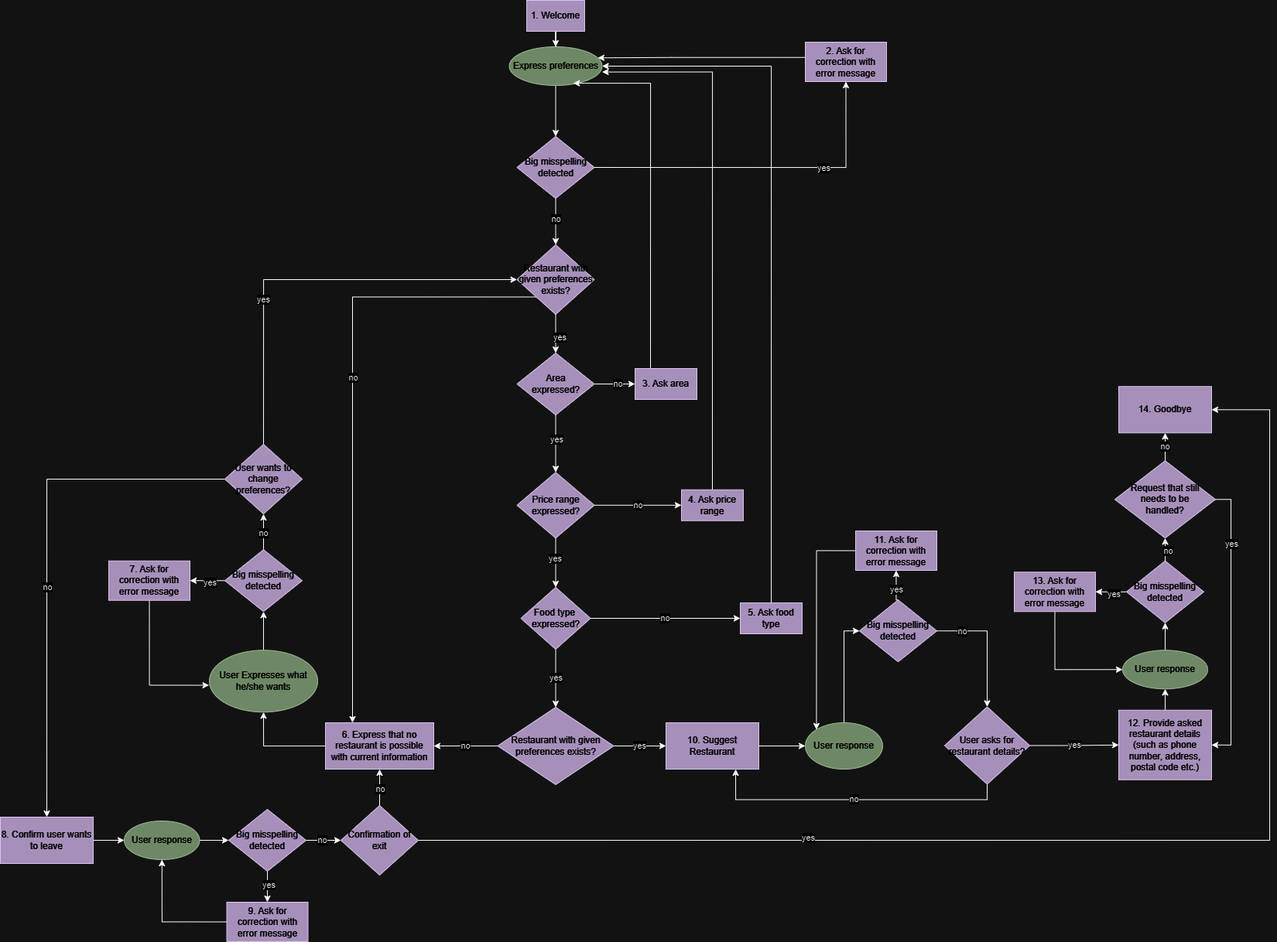
Earlier version of the draw.io export TeamProject/Part1-SystemImplementation/Part1b-DialogManagement/Part1b_MAIR_Final.drawio.png (nstavr04/MAIR-30). Source tidied: cells renumbered, new cells last; positions are measured from the earlier drawing's top-left corner, leaving out a move shared by most shapes.
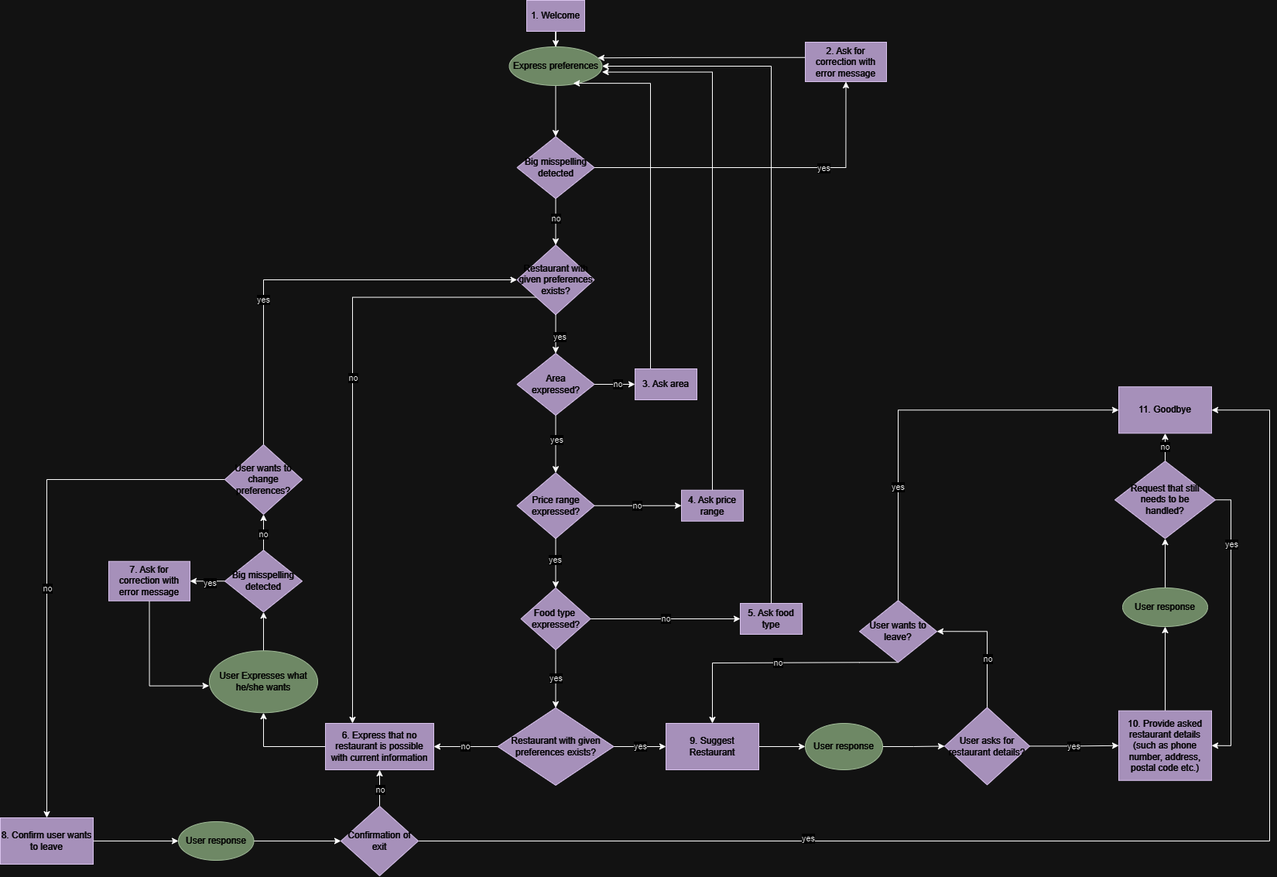
Later version of the same file.

Commit message:
updated state diagram model

What changed in the source:
```diff
@@ -11,7 +11,7 @@
     <mxCell id="4" style="edgeStyle=orthogonalEdgeStyle;rounded=0;jettySize=auto;html=1;" parent="1" edge="1" source="5" target="25">
       <mxGeometry relative="1" as="geometry" />
     </mxCell>
-    <mxCell id="5" value="10. Suggest&lt;br&gt;Restaurant" style="rounded=0;whiteSpace=wrap;html=1;fillColor=#76608a;fontColor=#ffffff;strokeColor=#432D57;" parent="1" vertex="1">
+    <mxCell id="5" value="9. Suggest&lt;br&gt;Restaurant" style="rounded=0;whiteSpace=wrap;html=1;fillColor=#76608a;fontColor=#ffffff;strokeColor=#432D57;" parent="1" vertex="1">
       <mxGeometry x="860" y="934" width="120" height="60" as="geometry" />
     </mxCell>
     <mxCell id="6" style="edgeStyle=orthogonalEdgeStyle;rounded=0;jettySize=auto;html=1;exitX=0.5;exitY=1;exitDx=0;exitDy=0;entryX=0.5;entryY=0;entryDx=0;entryDy=0;" parent="1" edge="1" source="7" target="71">
@@ -74,9 +74,9 @@
     <mxCell id="23" value="5. Ask food type" style="rounded=0;whiteSpace=wrap;html=1;fillColor=#76608a;fontColor=#ffffff;strokeColor=#432D57;" parent="1" vertex="1">
       <mxGeometry x="956" y="779" width="80" height="40" as="geometry" />
     </mxCell>
-    <mxCell id="24" style="edgeStyle=orthogonalEdgeStyle;rounded=0;jettySize=auto;html=1;exitX=0.5;exitY=0;exitDx=0;exitDy=0;entryX=0;entryY=0.5;entryDx=0;entryDy=0;" parent="1" edge="1" source="25" target="92">
-      <mxGeometry relative="1" as="geometry" />
-    </mxCell>
+    <mxCell id="102" style="edgeStyle=orthogonalEdgeStyle;rounded=0;jettySize=auto;html=1;exitX=1;exitY=0.5;exitDx=0;exitDy=0;entryX=0;entryY=0.5;entryDx=0;entryDy=0;" parent="1" edge="1" source="25" target="31">
+      <mxGeometry relative="1" as="geometry" />
+    </mxCell>
     <mxCell id="25" value="User response" style="ellipse;whiteSpace=wrap;html=1;fillColor=#6d8764;fontColor=#ffffff;strokeColor=#3A5431;" parent="1" vertex="1">
       <mxGeometry x="1040" y="934" width="100" height="60" as="geometry" />
     </mxCell>
@@ -92,9 +92,12 @@
     <mxCell id="29" value="yes" style="edgeStyle=orthogonalEdgeStyle;rounded=0;jettySize=auto;html=1;entryX=0;entryY=0.5;entryDx=0;entryDy=0;" parent="1" edge="1" source="31" target="38">
       <mxGeometry relative="1" as="geometry" />
     </mxCell>
-    <mxCell id="30" value="no" style="edgeStyle=orthogonalEdgeStyle;rounded=0;jettySize=auto;html=1;exitX=0.5;exitY=1;exitDx=0;exitDy=0;entryX=0.75;entryY=1;entryDx=0;entryDy=0;" parent="1" edge="1" source="31" target="5">
-      <mxGeometry relative="1" as="geometry" />
-    </mxCell>
+    <mxCell id="103" style="edgeStyle=orthogonalEdgeStyle;rounded=0;jettySize=auto;html=1;exitX=0.5;exitY=0;exitDx=0;exitDy=0;entryX=1;entryY=0.5;entryDx=0;entryDy=0;" parent="1" edge="1" source="31" target="92">
+      <mxGeometry relative="1" as="geometry" />
+    </mxCell>
+    <mxCell id="104" value="no" style="edgeLabel;html=1;align=center;verticalAlign=middle;" parent="103" vertex="1">
+      <mxGeometry x="-0.23" relative="1" as="geometry" />
+    </mxCell>
     <mxCell id="31" value="User asks for restaurant details?" style="rhombus;whiteSpace=wrap;html=1;fillColor=#76608a;fontColor=#ffffff;strokeColor=#432D57;" parent="1" vertex="1">
       <mxGeometry x="1220" y="913.5" width="110" height="100" as="geometry" />
     </mxCell>
@@ -110,20 +113,20 @@
     <mxCell id="35" value="User Expresses what he/she wants" style="ellipse;whiteSpace=wrap;html=1;fillColor=#6d8764;fontColor=#ffffff;strokeColor=#3A5431;" parent="1" vertex="1">
       <mxGeometry x="270" y="840.2" width="140" height="80" as="geometry" />
     </mxCell>
-    <mxCell id="36" value="14. Goodbye" style="rounded=0;whiteSpace=wrap;html=1;fillColor=#76608a;fontColor=#ffffff;strokeColor=#432D57;" parent="1" vertex="1">
+    <mxCell id="36" value="11. Goodbye" style="rounded=0;whiteSpace=wrap;html=1;fillColor=#76608a;fontColor=#ffffff;strokeColor=#432D57;" parent="1" vertex="1">
       <mxGeometry x="1445" y="499.2" width="120" height="60" as="geometry" />
     </mxCell>
     <mxCell id="37" style="edgeStyle=orthogonalEdgeStyle;rounded=0;jettySize=auto;html=1;" parent="1" edge="1" source="38" target="40">
       <mxGeometry relative="1" as="geometry" />
     </mxCell>
-    <mxCell id="38" value="12. Provide asked restaurant details (such as phone number, address, postal code etc.)" style="rounded=0;whiteSpace=wrap;html=1;fillColor=#76608a;fontColor=#ffffff;strokeColor=#432D57;" parent="1" vertex="1">
+    <mxCell id="38" value="10. Provide asked restaurant details (such as phone number, address, postal code etc.)" style="rounded=0;whiteSpace=wrap;html=1;fillColor=#76608a;fontColor=#ffffff;strokeColor=#432D57;" parent="1" vertex="1">
       <mxGeometry x="1445" y="917.8" width="120" height="90" as="geometry" />
     </mxCell>
-    <mxCell id="39" style="edgeStyle=orthogonalEdgeStyle;rounded=0;jettySize=auto;html=1;exitX=0.5;exitY=0;exitDx=0;exitDy=0;entryX=0.5;entryY=1;entryDx=0;entryDy=0;" parent="1" edge="1" source="40" target="99">
+    <mxCell id="39" style="edgeStyle=orthogonalEdgeStyle;rounded=0;jettySize=auto;html=1;exitX=0.5;exitY=0;exitDx=0;exitDy=0;entryX=0.5;entryY=1;entryDx=0;entryDy=0;" parent="1" edge="1" source="40" target="44">
       <mxGeometry relative="1" as="geometry" />
     </mxCell>
     <mxCell id="40" value="User response" style="ellipse;whiteSpace=wrap;html=1;fillColor=#6d8764;fontColor=#ffffff;strokeColor=#3A5431;" parent="1" vertex="1">
-      <mxGeometry x="1450" y="840.2" width="110" height="50" as="geometry" />
+      <mxGeometry x="1450" y="759" width="110" height="50" as="geometry" />
     </mxCell>
     <mxCell id="41" value="no" style="edgeStyle=orthogonalEdgeStyle;rounded=0;jettySize=auto;html=1;" parent="1" edge="1" source="44" target="36">
       <mxGeometry relative="1" as="geometry" />
@@ -213,11 +216,11 @@
     <mxCell id="64" value="8. Confirm user wants to leave" style="rounded=0;whiteSpace=wrap;html=1;fillColor=#76608a;fontColor=#ffffff;strokeColor=#432D57;" parent="1" vertex="1">
       <mxGeometry y="1056" width="120" height="60" as="geometry" />
     </mxCell>
-    <mxCell id="65" style="edgeStyle=orthogonalEdgeStyle;rounded=0;jettySize=auto;html=1;exitX=1;exitY=0.5;exitDx=0;exitDy=0;entryX=0;entryY=0.5;entryDx=0;entryDy=0;" parent="1" edge="1" source="66" target="85">
+    <mxCell id="65" style="edgeStyle=orthogonalEdgeStyle;rounded=0;jettySize=auto;html=1;exitX=1;exitY=0.5;exitDx=0;exitDy=0;entryX=0;entryY=0.5;entryDx=0;entryDy=0;" parent="1" edge="1" source="66" target="62">
       <mxGeometry relative="1" as="geometry" />
     </mxCell>
     <mxCell id="66" value="User response" style="ellipse;whiteSpace=wrap;html=1;fillColor=#6d8764;fontColor=#ffffff;strokeColor=#3A5431;" parent="1" vertex="1">
-      <mxGeometry x="160" y="1061" width="97.5" height="50" as="geometry" />
+      <mxGeometry x="230" y="1061" width="97.5" height="50" as="geometry" />
     </mxCell>
     <mxCell id="67" style="edgeStyle=orthogonalEdgeStyle;rounded=0;jettySize=auto;html=1;exitX=0.5;exitY=1;exitDx=0;exitDy=0;entryX=0.5;entryY=0;entryDx=0;entryDy=0;" parent="1" edge="1" source="71" target="57">
       <mxGeometry relative="1" as="geometry" />
@@ -267,68 +270,25 @@
     <mxCell id="80" value="7. Ask for correction with error message" style="rounded=0;whiteSpace=wrap;html=1;fillColor=#76608a;strokeColor=#432D57;fontColor=#ffffff;" parent="1" vertex="1">
       <mxGeometry x="140" y="724.8" width="105" height="51" as="geometry" />
     </mxCell>
-    <mxCell id="81" style="edgeStyle=orthogonalEdgeStyle;rounded=0;jettySize=auto;html=1;exitX=1;exitY=0.5;exitDx=0;exitDy=0;" parent="1" edge="1" source="85" target="62">
-      <mxGeometry relative="1" as="geometry" />
-    </mxCell>
-    <mxCell id="82" value="no" style="edgeLabel;html=1;align=center;verticalAlign=middle;" parent="81" vertex="1">
-      <mxGeometry x="-0.14" y="1" relative="1" as="geometry" />
-    </mxCell>
-    <mxCell id="83" style="edgeStyle=orthogonalEdgeStyle;rounded=0;jettySize=auto;html=1;exitX=0.5;exitY=1;exitDx=0;exitDy=0;entryX=0.5;entryY=0;entryDx=0;entryDy=0;" parent="1" edge="1" source="85" target="87">
-      <mxGeometry relative="1" as="geometry" />
-    </mxCell>
-    <mxCell id="84" value="yes" style="edgeLabel;html=1;align=center;verticalAlign=middle;" parent="83" vertex="1">
-      <mxGeometry x="-0.12" y="1" relative="1" as="geometry" />
-    </mxCell>
-    <mxCell id="85" value="Big misspelling detected" style="rhombus;whiteSpace=wrap;html=1;fillColor=#76608a;fontColor=#ffffff;strokeColor=#432D57;" parent="1" vertex="1">
-      <mxGeometry x="295" y="1046" width="100" height="80" as="geometry" />
-    </mxCell>
-    <mxCell id="86" style="edgeStyle=orthogonalEdgeStyle;rounded=0;jettySize=auto;html=1;exitX=0;exitY=0.5;exitDx=0;exitDy=0;entryX=0.5;entryY=1;entryDx=0;entryDy=0;" parent="1" edge="1" source="87" target="66">
-      <mxGeometry relative="1" as="geometry" />
-    </mxCell>
-    <mxCell id="87" value="9. Ask for correction with error message" style="rounded=0;whiteSpace=wrap;html=1;fillColor=#76608a;strokeColor=#432D57;fontColor=#ffffff;" parent="1" vertex="1">
-      <mxGeometry x="292.5" y="1166" width="105" height="51" as="geometry" />
-    </mxCell>
-    <mxCell id="88" style="edgeStyle=orthogonalEdgeStyle;rounded=0;jettySize=auto;html=1;exitX=1;exitY=0.5;exitDx=0;exitDy=0;entryX=0.5;entryY=0;entryDx=0;entryDy=0;" parent="1" edge="1" source="92" target="31">
-      <mxGeometry relative="1" as="geometry" />
-    </mxCell>
-    <mxCell id="89" value="no" style="edgeLabel;html=1;align=center;verticalAlign=middle;" parent="88" vertex="1">
-      <mxGeometry x="-0.6" relative="1" as="geometry" />
-    </mxCell>
-    <mxCell id="90" style="edgeStyle=orthogonalEdgeStyle;rounded=0;jettySize=auto;html=1;exitX=0.5;exitY=0;exitDx=0;exitDy=0;entryX=0.5;entryY=1;entryDx=0;entryDy=0;" parent="1" edge="1" source="92" target="94">
-      <mxGeometry relative="1" as="geometry" />
-    </mxCell>
-    <mxCell id="91" value="yes" style="edgeLabel;html=1;align=center;verticalAlign=middle;" parent="90" vertex="1">
-      <mxGeometry x="-0.15" relative="1" as="geometry" />
-    </mxCell>
+    <mxCell id="105" style="edgeStyle=orthogonalEdgeStyle;rounded=0;jettySize=auto;html=1;exitX=0.5;exitY=0;exitDx=0;exitDy=0;entryX=0;entryY=0.5;entryDx=0;entryDy=0;" parent="1" edge="1" source="92" target="36">
+      <mxGeometry relative="1" as="geometry" />
+    </mxCell>
+    <mxCell id="106" value="yes" style="edgeLabel;html=1;align=center;verticalAlign=middle;" parent="105" vertex="1">
+      <mxGeometry x="-0.44" y="1" relative="1" as="geometry" />
+    </mxCell>
+    <mxCell id="107" style="edgeStyle=orthogonalEdgeStyle;rounded=0;jettySize=auto;html=1;exitX=0.5;exitY=1;exitDx=0;exitDy=0;entryX=0.5;entryY=0;entryDx=0;entryDy=0;" parent="1" edge="1" source="92" target="5">
+      <mxGeometry relative="1" as="geometry">
+        <Array as="points">
+          <mxPoint x="1110" y="855" />
+          <mxPoint x="920" y="856" />
+        </Array>
+      </mxGeometry>
+    </mxCell>
+    <mxCell id="108" value="no" style="edgeLabel;html=1;align=center;verticalAlign=middle;" parent="107" vertex="1">
+      <mxGeometry x="-0.02" relative="1" as="geometry" />
+    </mxCell>
-    <mxCell id="92" value="Big misspelling detected" style="rhombus;whiteSpace=wrap;html=1;fillColor=#76608a;fontColor=#ffffff;strokeColor=#432D57;" parent="1" vertex="1">
+    <mxCell id="92" value="User wants to leave?" style="rhombus;whiteSpace=wrap;html=1;fillColor=#76608a;fontColor=#ffffff;strokeColor=#432D57;" parent="1" vertex="1">
       <mxGeometry x="1110" y="775.2" width="100" height="80" as="geometry" />
     </mxCell>
-    <mxCell id="93" style="edgeStyle=orthogonalEdgeStyle;rounded=0;jettySize=auto;html=1;exitX=0;exitY=0.5;exitDx=0;exitDy=0;entryX=0;entryY=0;entryDx=0;entryDy=0;" parent="1" edge="1" source="94" target="25">
-      <mxGeometry relative="1" as="geometry" />
-    </mxCell>
-    <mxCell id="94" value="11. Ask for correction with error message" style="rounded=0;whiteSpace=wrap;html=1;fillColor=#76608a;strokeColor=#432D57;fontColor=#ffffff;" parent="1" vertex="1">
-      <mxGeometry x="1105" y="686" width="105" height="51" as="geometry" />
-    </mxCell>
-    <mxCell id="95" style="edgeStyle=orthogonalEdgeStyle;rounded=0;jettySize=auto;html=1;exitX=0.5;exitY=0;exitDx=0;exitDy=0;entryX=0.5;entryY=1;entryDx=0;entryDy=0;" parent="1" edge="1" source="99" target="44">
-      <mxGeometry relative="1" as="geometry" />
-    </mxCell>
-    <mxCell id="96" value="no" style="edgeLabel;html=1;align=center;verticalAlign=middle;" parent="95" vertex="1">
-      <mxGeometry x="-0.1" y="-3" relative="1" as="geometry" />
-    </mxCell>
-    <mxCell id="97" style="edgeStyle=orthogonalEdgeStyle;rounded=0;jettySize=auto;html=1;exitX=0;exitY=0.5;exitDx=0;exitDy=0;" parent="1" edge="1" source="99" target="101">
-      <mxGeometry relative="1" as="geometry" />
-    </mxCell>
-    <mxCell id="98" value="yes" style="edgeLabel;html=1;align=center;verticalAlign=middle;" parent="97" vertex="1">
-      <mxGeometry x="-0.14" y="2" relative="1" as="geometry" />
-    </mxCell>
-    <mxCell id="99" value="Big misspelling detected" style="rhombus;whiteSpace=wrap;html=1;fillColor=#76608a;fontColor=#ffffff;strokeColor=#432D57;" parent="1" vertex="1">
-      <mxGeometry x="1455" y="724.8" width="100" height="80" as="geometry" />
-    </mxCell>
-    <mxCell id="100" style="edgeStyle=orthogonalEdgeStyle;rounded=0;jettySize=auto;html=1;exitX=0.5;exitY=1;exitDx=0;exitDy=0;entryX=0;entryY=0.5;entryDx=0;entryDy=0;" parent="1" edge="1" source="101" target="40">
-      <mxGeometry relative="1" as="geometry" />
-    </mxCell>
-    <mxCell id="101" value="13. Ask for correction with error message" style="rounded=0;whiteSpace=wrap;html=1;fillColor=#76608a;strokeColor=#432D57;fontColor=#ffffff;" parent="1" vertex="1">
-      <mxGeometry x="1310" y="739.2" width="105" height="51" as="geometry" />
-    </mxCell>
   </root>
 </mxGraphModel>
```
